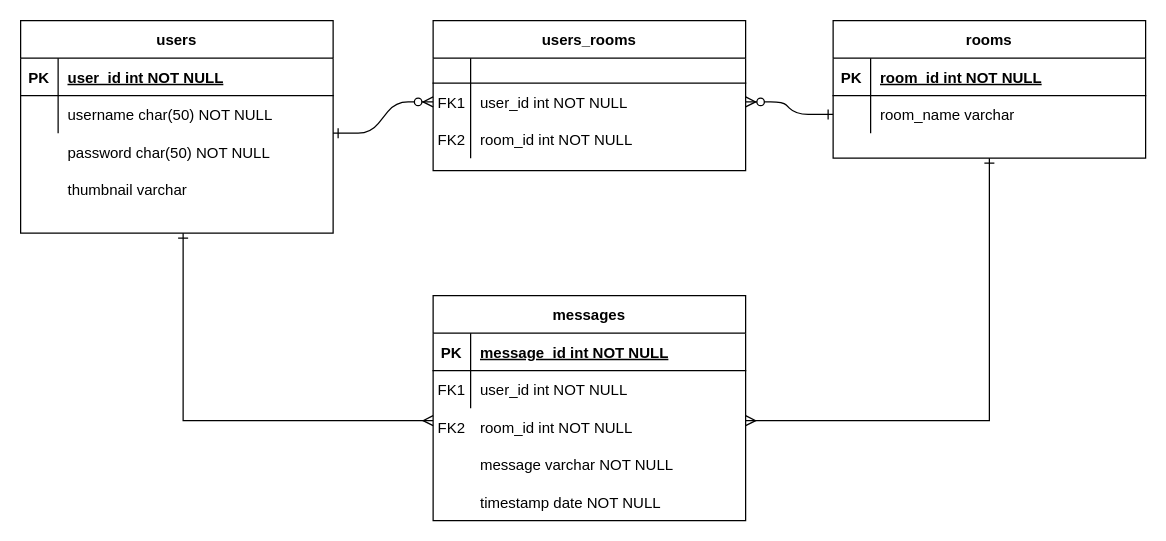
Earlier version of the draw.io diagram Docs/ER-Diagram.drawio (MitsuK/koba-line-backend). Source tidied: cells renumbered, new cells numbered last; positions are measured from the earlier drawing's top-left corner, leaving out a move shared by most shapes. Both pictures are drawn from the tidied source at 125%, with x=0, y=0 at pixel (20, 20).
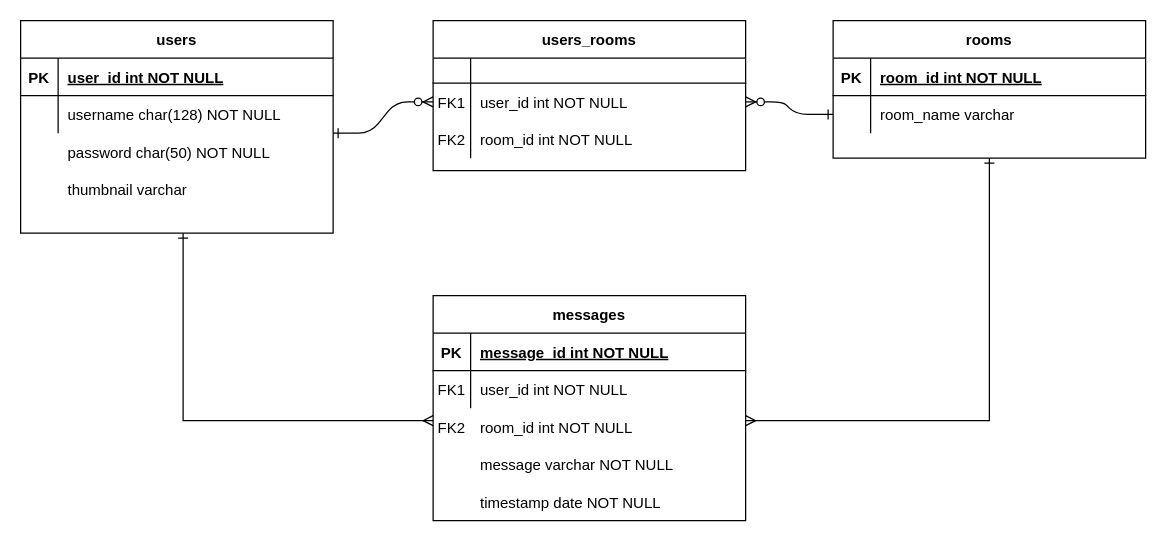
Above is the later version.

The change refers to these unchanged cells:
```xml
<mxCell id="24" style="shape=partialRectangle;fillColor=none;top=0;left=0;right=0;bottom=0;" parent="20" vertex="1">
  <mxGeometry y="60" width="250" height="30" as="geometry" />
</mxCell>
```

What changed in the source:
```diff
@@
-    <mxCell id="26" value="username char(50) NOT NULL" style="shape=partialRectangle;overflow=hidden;fillColor=none;top=0;left=0;bottom=0;right=0;align=left;spacingLeft=6;" parent="24" vertex="1">
+    <mxCell id="26" value="username char(128) NOT NULL" style="shape=partialRectangle;overflow=hidden;fillColor=none;top=0;left=0;bottom=0;right=0;align=left;spacingLeft=6;" parent="24" vertex="1">
       <mxGeometry x="30" width="220" height="30" as="geometry" />
     </mxCell>
```
